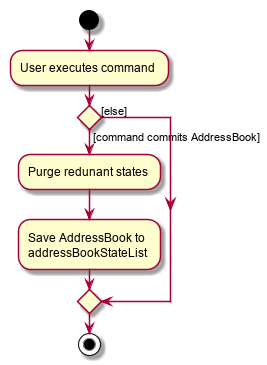
Earlier version of the PlantUML export docs/images/CommitActivityDiagram.png (nus-cs2103-AY2021S1/tp).
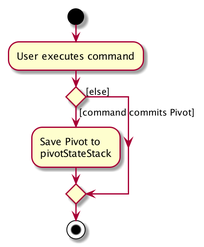
The same diagram one commit later.

The edit, as a diff of the source:
```diff
@@ -3,10 +3,9 @@
 :User executes command;
 
 
-if () then ([command commits AddressBook])
-    :Purge redunant states;
-    :Save AddressBook to
-    addressBookStateList;
+if () then ([command commits Pivot])
+    :Save Pivot to
+    pivotStateStack;
 else ([else])
 endif
 stop
```
